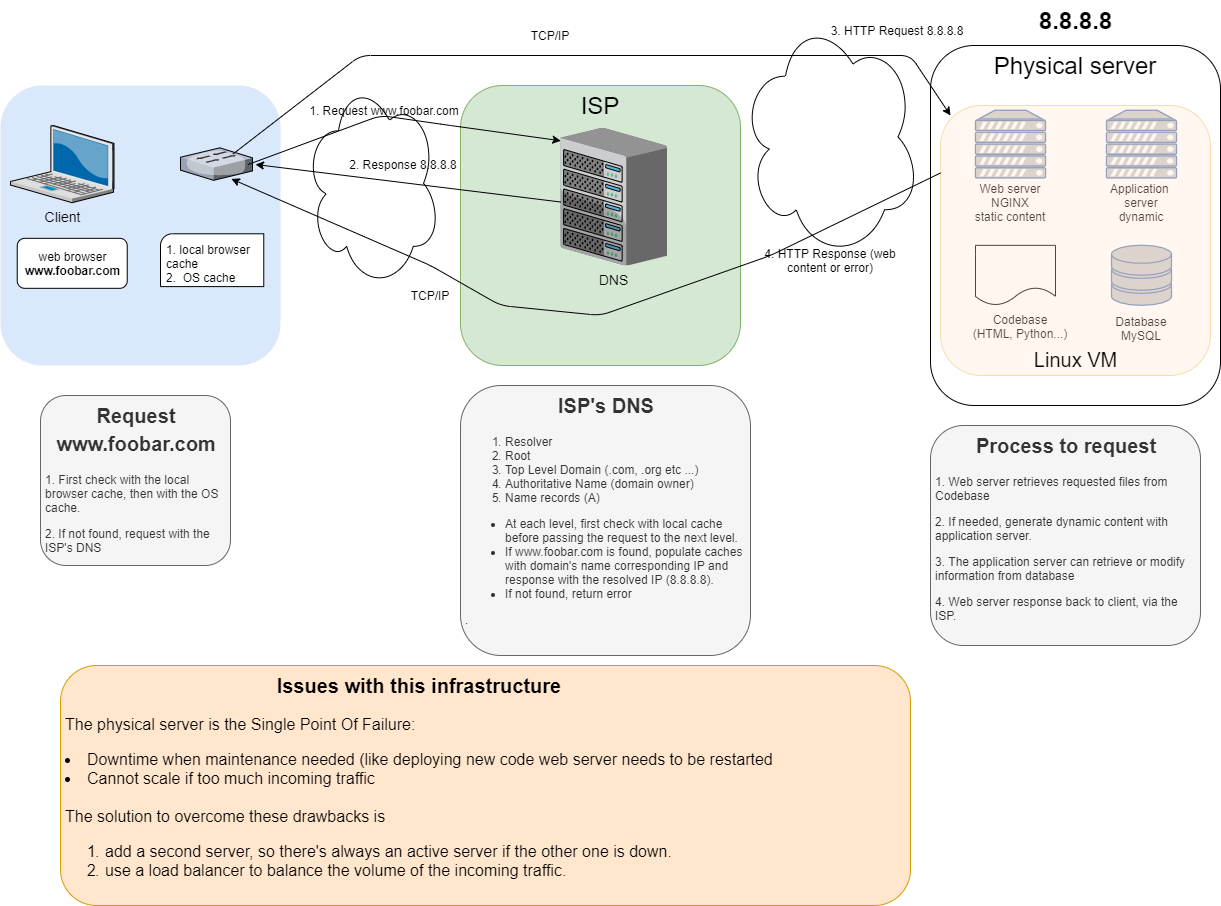
huy75/holberton-system_engineering-devops keeps this draw.io diagram as 0x09-web_infrastructure_design/images/0-simple_web_stack.png. Above is the earlier version. Source tidied: cells renumbered, new cells last; positions are measured from the earlier drawing's top-left corner, leaving out a move shared by most shapes. Its diagram source:
```xml
<mxGraphModel>
  <root>
    <mxCell id="0" />
    <mxCell id="1" parent="0" />
    <mxCell id="2" style="whiteSpace=wrap;html=1;fillColor=#dae8fc;fontSize=14;strokeColor=none;verticalAlign=top;rounded=1;" parent="1" vertex="1">
      <mxGeometry y="85" width="280" height="280" as="geometry" />
    </mxCell>
    <mxCell id="3" value="Client" style="verticalLabelPosition=bottom;html=1;verticalAlign=top;strokeColor=none;shape=mxgraph.citrix.laptop_2;fillColor=#66B2FF;gradientColor=#0066CC;fontSize=14;" parent="1" vertex="1">
      <mxGeometry x="10" y="125" width="103.5" height="77.2" as="geometry" />
    </mxCell>
    <mxCell id="4" style="verticalLabelPosition=bottom;verticalAlign=top;html=1;shape=mxgraph.basic.corner_round_rect;dx=6;" parent="1" vertex="1">
      <mxGeometry x="160" y="233.3" width="103.3" height="52.8" as="geometry" />
    </mxCell>
    <mxCell id="5" value="1. local browser cache&lt;br&gt;2.&amp;nbsp; OS cache" style="text;html=1;strokeColor=none;fillColor=none;align=left;verticalAlign=middle;whiteSpace=wrap;rounded=0;" parent="1" vertex="1">
      <mxGeometry x="164.4" y="237.8" width="103.3" height="50" as="geometry" />
    </mxCell>
    <mxCell id="6" value="web browser&lt;br&gt;&lt;b&gt;www.foobar.com&lt;/b&gt;" style="html=1;rounded=1;" parent="1" vertex="1">
      <mxGeometry x="16.7" y="237.8" width="110" height="50" as="geometry" />
    </mxCell>
    <mxCell id="7" style="verticalLabelPosition=bottom;html=1;verticalAlign=top;strokeColor=none;shape=mxgraph.citrix.switch;fillColor=#66B2FF;gradientColor=#0066CC;fontSize=14;" parent="1" vertex="1">
      <mxGeometry x="180" y="147.4" width="72" height="32.5" as="geometry" />
    </mxCell>
    <mxCell id="8" style="ellipse;shape=cloud;whiteSpace=wrap;html=1;" parent="1" vertex="1">
      <mxGeometry x="304" y="77.8" width="136" height="210" as="geometry" />
    </mxCell>
    <mxCell id="9" value="&lt;font style=&quot;font-size: 24px&quot;&gt;ISP&lt;/font&gt;" style="whiteSpace=wrap;html=1;fillColor=#d5e8d4;fontSize=14;strokeColor=#82b366;verticalAlign=top;rounded=1;" parent="1" vertex="1">
      <mxGeometry x="460" y="85" width="280" height="280" as="geometry" />
    </mxCell>
    <mxCell id="10" value="DNS" style="verticalLabelPosition=bottom;html=1;verticalAlign=top;strokeColor=none;shape=mxgraph.citrix.chassis;fillColor=#66B2FF;gradientColor=#0066CC;fontSize=14;" parent="1" vertex="1">
      <mxGeometry x="560" y="127.4" width="106.6" height="137.7" as="geometry" />
    </mxCell>
    <mxCell id="11" value="&lt;h1 style=&quot;text-align: center&quot;&gt;&lt;font style=&quot;font-size: 20px&quot;&gt;Request www.foobar.com&lt;/font&gt;&lt;/h1&gt;&lt;p&gt;1. First check with the local browser cache, then with the OS cache.&lt;/p&gt;&lt;p&gt;&lt;span&gt;2. If not found, request with the ISP's DNS&lt;/span&gt;&lt;/p&gt;" style="text;html=1;strokeColor=#666666;fillColor=#f5f5f5;spacing=5;spacingTop=-20;whiteSpace=wrap;overflow=hidden;rounded=1;fontColor=#333333;" parent="1" vertex="1">
      <mxGeometry x="40" y="395" width="190" height="170" as="geometry" />
    </mxCell>
    <mxCell id="12" value="&lt;h1 style=&quot;text-align: center&quot;&gt;&lt;font style=&quot;font-size: 20px&quot;&gt;ISP's DNS&lt;/font&gt;&lt;/h1&gt;&lt;ol&gt;&lt;li&gt;Resolver&lt;/li&gt;&lt;li&gt;Root&lt;/li&gt;&lt;li&gt;Top Level Domain (.com, .org etc ...)&lt;/li&gt;&lt;li&gt;Authoritative Name (domain owner)&lt;/li&gt;&lt;li&gt;Name records (A)&lt;/li&gt;&lt;/ol&gt;&lt;div&gt;&lt;ul&gt;&lt;li&gt;At each level, first check with local cache before passing the request to the next level.&lt;/li&gt;&lt;li&gt;If www.foobar.com is found, populate caches with domain's name corresponding IP and response with the resolved IP (8.8.8.8).&lt;/li&gt;&lt;li&gt;If not found, return error&lt;/li&gt;&lt;/ul&gt;&lt;/div&gt;&lt;p&gt;.&lt;/p&gt;" style="text;html=1;strokeColor=#666666;fillColor=#f5f5f5;spacing=5;spacingTop=-20;whiteSpace=wrap;overflow=hidden;rounded=1;fontColor=#333333;" parent="1" vertex="1">
      <mxGeometry x="460" y="385" width="290" height="270" as="geometry" />
    </mxCell>
    <mxCell id="13" style="endArrow=classic;html=1;exitX=0.939;exitY=0.513;exitDx=0;exitDy=0;exitPerimeter=0;entryX=0.003;entryY=0.094;entryDx=0;entryDy=0;entryPerimeter=0;" parent="1" edge="1" source="7" target="10">
      <mxGeometry relative="1" as="geometry">
        <Array as="points">
          <mxPoint x="380" y="115" />
          <mxPoint x="450" y="125" />
        </Array>
      </mxGeometry>
    </mxCell>
    <mxCell id="14" value="1. Request www.foobar.com" style="text;html=1;strokeColor=none;fillColor=none;align=center;verticalAlign=middle;whiteSpace=wrap;rounded=0;" parent="1" vertex="1">
      <mxGeometry x="304" y="95" width="160" height="30" as="geometry" />
    </mxCell>
    <mxCell id="15" value="&lt;font style=&quot;font-size: 24px&quot;&gt;Physical server&lt;/font&gt;" style="whiteSpace=wrap;html=1;fontSize=14;verticalAlign=top;rounded=1;" parent="1" vertex="1">
      <mxGeometry x="930" y="45" width="290" height="360" as="geometry" />
    </mxCell>
    <mxCell id="16" style="ellipse;shape=cloud;whiteSpace=wrap;html=1;" parent="1" vertex="1">
      <mxGeometry x="740" y="15" width="180" height="242.8" as="geometry" />
    </mxCell>
    <mxCell id="17" style="fontColor=#0066CC;verticalAlign=top;verticalLabelPosition=bottom;labelPosition=center;align=center;html=1;fillColor=#CCCCCC;strokeColor=#6881B3;gradientColor=none;gradientDirection=north;strokeWidth=2;shape=mxgraph.networks.server;" parent="1" vertex="1">
      <mxGeometry x="975" y="109.8" width="70" height="67.7" as="geometry" />
    </mxCell>
    <mxCell id="18" style="fontColor=#0066CC;verticalAlign=top;verticalLabelPosition=bottom;labelPosition=center;align=center;html=1;fillColor=#CCCCCC;strokeColor=#6881B3;gradientColor=none;gradientDirection=north;strokeWidth=2;shape=mxgraph.networks.server;" parent="1" vertex="1">
      <mxGeometry x="1106" y="109.8" width="70" height="67.7" as="geometry" />
    </mxCell>
    <mxCell id="19" style="fontColor=#0066CC;verticalAlign=top;verticalLabelPosition=bottom;labelPosition=center;align=center;html=1;fillColor=#CCCCCC;strokeColor=#6881B3;gradientColor=none;gradientDirection=north;strokeWidth=2;shape=mxgraph.networks.storage;" parent="1" vertex="1">
      <mxGeometry x="1111" y="244.7" width="60" height="60.1" as="geometry" />
    </mxCell>
    <mxCell id="20" style="shape=document;whiteSpace=wrap;html=1;boundedLbl=1;" parent="1" vertex="1">
      <mxGeometry x="975" y="244.9" width="80" height="60" as="geometry" />
    </mxCell>
    <mxCell id="21" value="Web server&lt;br&gt;NGINX&lt;br&gt;static content" style="text;html=1;strokeColor=none;fillColor=none;align=center;verticalAlign=middle;whiteSpace=wrap;rounded=0;" parent="1" vertex="1">
      <mxGeometry x="965" y="192.2" width="90" height="20" as="geometry" />
    </mxCell>
    <mxCell id="22" value="Application&amp;nbsp; server&lt;br&gt;dynamic" style="text;html=1;strokeColor=none;fillColor=none;align=center;verticalAlign=middle;whiteSpace=wrap;rounded=0;" parent="1" vertex="1">
      <mxGeometry x="1096" y="192.2" width="90" height="20" as="geometry" />
    </mxCell>
    <mxCell id="23" value="Database&lt;br&gt;MySQL" style="text;html=1;strokeColor=none;fillColor=none;align=center;verticalAlign=middle;whiteSpace=wrap;rounded=0;" parent="1" vertex="1">
      <mxGeometry x="1096" y="317.8" width="90" height="20" as="geometry" />
    </mxCell>
    <mxCell id="24" value="Codebase&lt;br&gt;(HTML, Python...)" style="text;html=1;strokeColor=none;fillColor=none;align=center;verticalAlign=middle;whiteSpace=wrap;rounded=0;" parent="1" vertex="1">
      <mxGeometry x="970" y="316.4" width="100" height="20" as="geometry" />
    </mxCell>
    <mxCell id="25" style="whiteSpace=wrap;html=1;fillColor=#ffe6cc;strokeColor=#d79b00;opacity=30;rounded=1;" parent="1" vertex="1">
      <mxGeometry x="940" y="105" width="270" height="270" as="geometry" />
    </mxCell>
    <mxCell id="26" value="8.8.8.8" style="text;strokeColor=none;fillColor=none;html=1;fontSize=24;fontStyle=1;verticalAlign=middle;align=center;" parent="1" vertex="1">
      <mxGeometry x="1000" width="150" height="40" as="geometry" />
    </mxCell>
    <mxCell id="27" value="&lt;span style=&quot;font-weight: normal&quot;&gt;&lt;font style=&quot;font-size: 20px&quot;&gt;Linux VM&lt;/font&gt;&lt;/span&gt;" style="text;strokeColor=none;fillColor=none;html=1;fontSize=24;fontStyle=1;verticalAlign=middle;align=center;" parent="1" vertex="1">
      <mxGeometry x="1025" y="337.8" width="100" height="40" as="geometry" />
    </mxCell>
    <mxCell id="28" value="3. HTTP Request 8.8.8.8" style="text;html=1;strokeColor=none;fillColor=none;align=center;verticalAlign=middle;whiteSpace=wrap;rounded=0;" parent="1" vertex="1">
      <mxGeometry x="824" y="15" width="146" height="30" as="geometry" />
    </mxCell>
    <mxCell id="29" value="&lt;h1 style=&quot;text-align: center&quot;&gt;&lt;font style=&quot;font-size: 20px&quot;&gt;Process to request&lt;/font&gt;&lt;/h1&gt;&lt;p&gt;1. Web server retrieves requested files from Codebase&lt;/p&gt;&lt;p&gt;2. If needed, generate dynamic content with application server.&lt;/p&gt;&lt;p&gt;3. The application server can retrieve or modify information from database&lt;/p&gt;&lt;p&gt;4. Web server response back to client, via the ISP.&lt;/p&gt;" style="text;html=1;strokeColor=#666666;fillColor=#f5f5f5;spacing=5;spacingTop=-20;whiteSpace=wrap;overflow=hidden;rounded=1;fontColor=#333333;" parent="1" vertex="1">
      <mxGeometry x="930" y="425" width="270" height="220" as="geometry" />
    </mxCell>
    <mxCell id="30" style="endArrow=classic;html=1;exitX=0;exitY=0.25;exitDx=0;exitDy=0;entryX=0.706;entryY=0.956;entryDx=0;entryDy=0;entryPerimeter=0;" parent="1" edge="1" source="25" target="7">
      <mxGeometry relative="1" as="geometry">
        <Array as="points">
          <mxPoint x="770" y="255" />
          <mxPoint x="600" y="315" />
          <mxPoint x="500" y="305" />
          <mxPoint x="430" y="265" />
        </Array>
      </mxGeometry>
    </mxCell>
    <mxCell id="31" value="&lt;h1 style=&quot;text-align: center&quot;&gt;&lt;font style=&quot;font-size: 20px&quot;&gt;Issues with this infrastructure&lt;/font&gt;&lt;/h1&gt;&lt;p style=&quot;font-size: 16px&quot;&gt;&lt;span&gt;The physical server is the Single Point Of Failure:&lt;/span&gt;&lt;br&gt;&lt;/p&gt;&lt;li style=&quot;box-sizing: border-box ; font-size: 16px&quot;&gt;&lt;font style=&quot;font-size: 16px&quot;&gt;Downtime when maintenance needed (like deploying new code web server needs to be restarted&lt;/font&gt;&lt;/li&gt;&lt;li style=&quot;box-sizing: border-box ; font-size: 16px&quot;&gt;&lt;font style=&quot;font-size: 16px&quot;&gt;Cannot scale if too much incoming traffic&lt;/font&gt;&lt;/li&gt;&lt;span style=&quot;font-size: 16px&quot;&gt;&lt;br&gt;The solution to overcome these drawbacks is&lt;br&gt;&lt;ol&gt;&lt;li&gt;&lt;span style=&quot;font-size: 16px&quot;&gt;add a second server, so there's always an active server if the other one is down.&lt;/span&gt;&lt;/li&gt;&lt;li&gt;&lt;span style=&quot;font-size: 16px&quot;&gt;use a load balancer to balance the volume of the incoming traffic.&lt;/span&gt;&lt;/li&gt;&lt;/ol&gt;&lt;br&gt;&lt;/span&gt;" style="text;html=1;strokeColor=#d79b00;fillColor=#ffe6cc;spacing=5;spacingTop=-20;whiteSpace=wrap;overflow=hidden;rounded=1;" parent="1" vertex="1">
      <mxGeometry x="60" y="665" width="850" height="240" as="geometry" />
    </mxCell>
    <mxCell id="32" style="endArrow=classic;html=1;exitX=0.004;exitY=0.539;exitDx=0;exitDy=0;exitPerimeter=0;" parent="1" edge="1">
      <mxGeometry relative="1" as="geometry">
        <mxPoint x="560.4" y="201.5" as="sourcePoint" />
        <mxPoint x="255" y="164" as="targetPoint" />
      </mxGeometry>
    </mxCell>
    <mxCell id="33" value="2. Response 8.8.8.8" style="text;html=1;strokeColor=none;fillColor=none;align=center;verticalAlign=middle;whiteSpace=wrap;rounded=0;" parent="1" vertex="1">
      <mxGeometry x="330" y="148.6" width="146" height="30" as="geometry" />
    </mxCell>
    <mxCell id="34" style="endArrow=classic;html=1;exitX=0.728;exitY=0.192;exitDx=0;exitDy=0;exitPerimeter=0;" parent="1" edge="1">
      <mxGeometry relative="1" as="geometry">
        <mxPoint x="232.4" y="153.6" as="sourcePoint" />
        <mxPoint x="950" y="115" as="targetPoint" />
        <Array as="points">
          <mxPoint x="360" y="55" />
          <mxPoint x="910" y="55" />
          <mxPoint x="950" y="115" />
        </Array>
      </mxGeometry>
    </mxCell>
    <mxCell id="35" value="4. HTTP Response (web content or error)" style="text;html=1;strokeColor=none;fillColor=none;align=center;verticalAlign=middle;whiteSpace=wrap;rounded=0;" parent="1" vertex="1">
      <mxGeometry x="757" y="244.7" width="146" height="30" as="geometry" />
    </mxCell>
    <mxCell id="36" value="TCP/IP" style="text;html=1;strokeColor=none;fillColor=none;align=center;verticalAlign=middle;whiteSpace=wrap;rounded=0;" parent="1" vertex="1">
      <mxGeometry x="530" y="25" width="40" height="20" as="geometry" />
    </mxCell>
    <mxCell id="37" value="TCP/IP" style="text;html=1;strokeColor=none;fillColor=none;align=center;verticalAlign=middle;whiteSpace=wrap;rounded=0;" parent="1" vertex="1">
      <mxGeometry x="410" y="284.9" width="40" height="20" as="geometry" />
    </mxCell>
  </root>
</mxGraphModel>
```
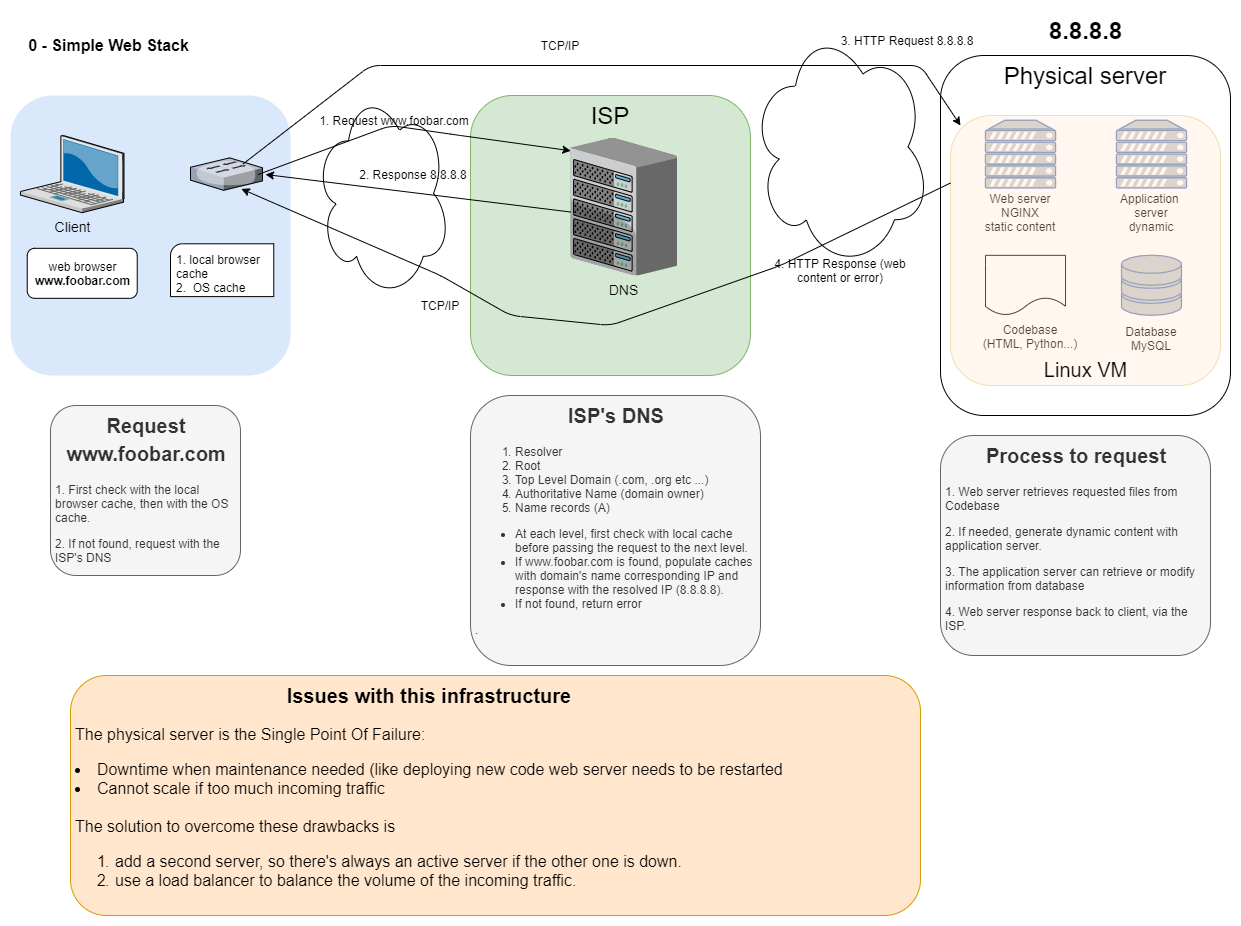
Later version of the same file.

Diff of the diagram source:
```diff
@@ -133,5 +133,8 @@
     <mxCell id="37" value="TCP/IP" style="text;html=1;strokeColor=none;fillColor=none;align=center;verticalAlign=middle;whiteSpace=wrap;rounded=0;" parent="1" vertex="1">
       <mxGeometry x="410" y="284.9" width="40" height="20" as="geometry" />
     </mxCell>
+    <mxCell id="38" value="&lt;font style=&quot;font-size: 16px&quot;&gt;&lt;b&gt;0 - Simple Web Stack&lt;/b&gt;&lt;/font&gt;" style="text;html=1;strokeColor=none;fillColor=none;align=center;verticalAlign=middle;whiteSpace=wrap;rounded=0;" parent="1" vertex="1">
+      <mxGeometry x="16.7" y="25" width="163.3" height="20" as="geometry" />
+    </mxCell>
   </root>
 </mxGraphModel>
```
